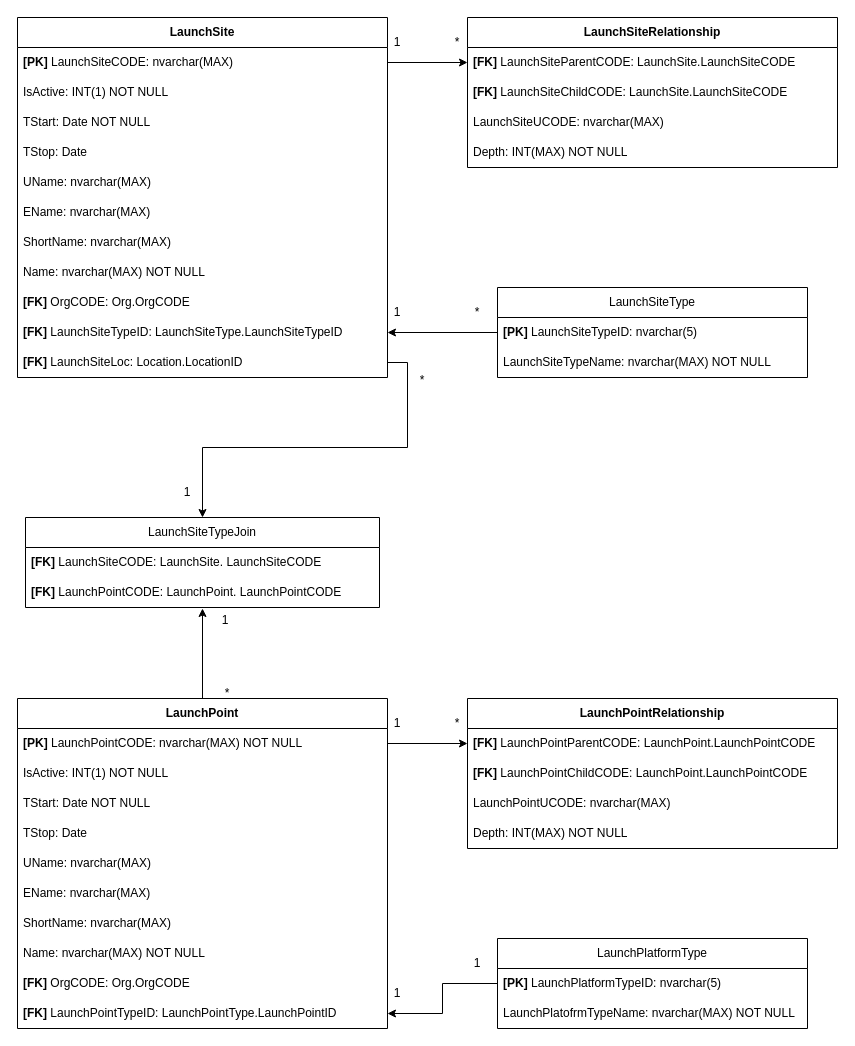
The draw.io diagram doc/GCAT.Launch.drawio in cosmicshuttle/GCAT.NET, before the edit. Source tidied: cells renumbered, new cells numbered last; positions are measured from the earlier drawing's top-left corner, leaving out a move shared by most shapes. Both pictures are drawn from the tidied source at 100%, with x=0, y=0 at pixel (17, 17).
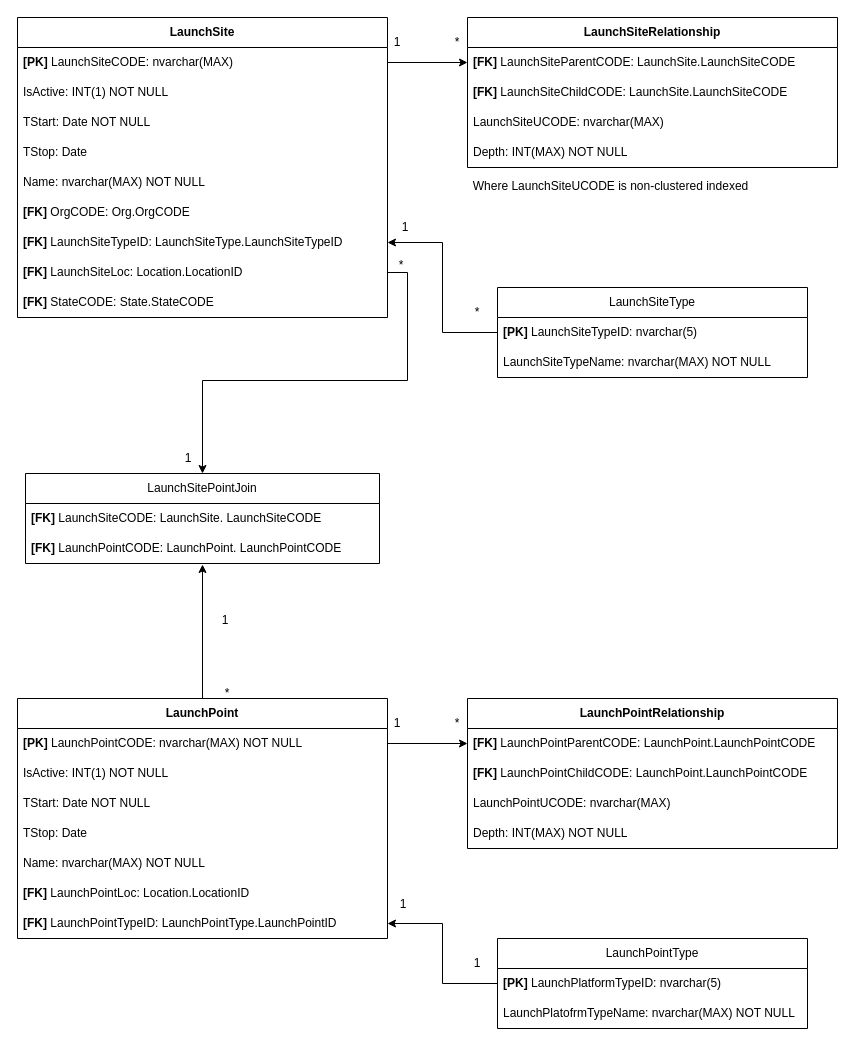
The same page after the edit.

What changed in the source:
```diff
@@
     <mxCell id="2" value="&lt;b&gt;LaunchSite&lt;/b&gt;" style="swimlane;fontStyle=0;horizontal=1;startSize=30;whiteSpace=wrap;html=1;" parent="1" vertex="1">
-      <mxGeometry width="370" height="360" as="geometry" />
+      <mxGeometry width="370" height="300" as="geometry" />
     </mxCell>
@@
-    <mxCell id="7" value="UName: nvarchar(MAX)" style="text;strokeColor=none;fillColor=none;align=left;verticalAlign=middle;spacingLeft=4;spacingRight=4;overflow=hidden;whiteSpace=wrap;html=1;" parent="2" vertex="1">
-      <mxGeometry y="150" width="370" height="30" as="geometry" />
-    </mxCell>
-    <mxCell id="8" value="EName: nvarchar(MAX)" style="text;strokeColor=none;fillColor=none;align=left;verticalAlign=middle;spacingLeft=4;spacingRight=4;overflow=hidden;whiteSpace=wrap;html=1;" parent="2" vertex="1">
-      <mxGeometry y="180" width="370" height="30" as="geometry" />
-    </mxCell>
-    <mxCell id="9" value="ShortName: nvarchar(MAX)" style="text;strokeColor=none;fillColor=none;align=left;verticalAlign=middle;spacingLeft=4;spacingRight=4;overflow=hidden;whiteSpace=wrap;html=1;" parent="2" vertex="1">
-      <mxGeometry y="210" width="370" height="30" as="geometry" />
-    </mxCell>
     <mxCell id="10" value="Name: nvarchar(MAX) NOT NULL" style="text;strokeColor=none;fillColor=none;align=left;verticalAlign=middle;spacingLeft=4;spacingRight=4;overflow=hidden;whiteSpace=wrap;html=1;" parent="2" vertex="1">
-      <mxGeometry y="240" width="370" height="30" as="geometry" />
+      <mxGeometry y="150" width="370" height="30" as="geometry" />
     </mxCell>
     <mxCell id="11" value="&lt;b&gt;[FK]&lt;/b&gt;&amp;nbsp;OrgCODE: Org.OrgCODE" style="text;strokeColor=none;fillColor=none;align=left;verticalAlign=middle;spacingLeft=4;spacingRight=4;overflow=hidden;whiteSpace=wrap;html=1;" parent="2" vertex="1">
-      <mxGeometry y="270" width="370" height="30" as="geometry" />
+      <mxGeometry y="180" width="370" height="30" as="geometry" />
     </mxCell>
     <mxCell id="12" value="&lt;b&gt;[FK] &lt;/b&gt;LaunchSiteTypeID: LaunchSiteType.LaunchSiteTypeID" style="text;strokeColor=none;fillColor=none;align=left;verticalAlign=middle;spacingLeft=4;spacingRight=4;overflow=hidden;points=[[0,0.5],[1,0.5]];portConstraint=eastwest;whiteSpace=wrap;html=1;" parent="2" vertex="1">
-      <mxGeometry y="300" width="370" height="30" as="geometry" />
+      <mxGeometry y="210" width="370" height="30" as="geometry" />
     </mxCell>
     <mxCell id="13" value="&lt;span style=&quot;font-weight: bold;&quot;&gt;[FK] &lt;/span&gt;LaunchSiteLoc: Location.LocationID" style="text;strokeColor=none;fillColor=none;align=left;verticalAlign=middle;spacingLeft=4;spacingRight=4;overflow=hidden;points=[[0,0.5],[1,0.5]];portConstraint=eastwest;whiteSpace=wrap;html=1;" parent="2" vertex="1">
-      <mxGeometry y="330" width="370" height="30" as="geometry" />
+      <mxGeometry y="240" width="370" height="30" as="geometry" />
     </mxCell>
+    <mxCell id="62" value="&lt;span style=&quot;font-weight: bold;&quot;&gt;[FK] &lt;/span&gt;StateCODE: State.StateCODE" style="text;strokeColor=none;fillColor=none;align=left;verticalAlign=middle;spacingLeft=4;spacingRight=4;overflow=hidden;whiteSpace=wrap;html=1;" parent="2" vertex="1">
+      <mxGeometry y="270" width="370" height="30" as="geometry" />
+    </mxCell>
     <mxCell id="14" value="&lt;b&gt;LaunchPoint&lt;/b&gt;" style="swimlane;fontStyle=0;horizontal=1;startSize=30;whiteSpace=wrap;html=1;" parent="1" vertex="1">
-      <mxGeometry y="681" width="370" height="330" as="geometry" />
+      <mxGeometry y="681" width="370" height="240" as="geometry" />
     </mxCell>
@@
-    <mxCell id="19" value="UName: nvarchar(MAX)" style="text;strokeColor=none;fillColor=none;align=left;verticalAlign=middle;spacingLeft=4;spacingRight=4;overflow=hidden;whiteSpace=wrap;html=1;" parent="14" vertex="1">
-      <mxGeometry y="150" width="370" height="30" as="geometry" />
-    </mxCell>
-    <mxCell id="20" value="EName: nvarchar(MAX)" style="text;strokeColor=none;fillColor=none;align=left;verticalAlign=middle;spacingLeft=4;spacingRight=4;overflow=hidden;whiteSpace=wrap;html=1;" parent="14" vertex="1">
-      <mxGeometry y="180" width="370" height="30" as="geometry" />
-    </mxCell>
-    <mxCell id="21" value="ShortName: nvarchar(MAX)" style="text;strokeColor=none;fillColor=none;align=left;verticalAlign=middle;spacingLeft=4;spacingRight=4;overflow=hidden;whiteSpace=wrap;html=1;" parent="14" vertex="1">
-      <mxGeometry y="210" width="370" height="30" as="geometry" />
-    </mxCell>
     <mxCell id="22" value="Name: nvarchar(MAX) NOT NULL" style="text;strokeColor=none;fillColor=none;align=left;verticalAlign=middle;spacingLeft=4;spacingRight=4;overflow=hidden;whiteSpace=wrap;html=1;" parent="14" vertex="1">
-      <mxGeometry y="240" width="370" height="30" as="geometry" />
+      <mxGeometry y="150" width="370" height="30" as="geometry" />
     </mxCell>
-    <mxCell id="23" value="&lt;b&gt;[FK]&lt;/b&gt;&amp;nbsp;OrgCODE: Org.OrgCODE" style="text;strokeColor=none;fillColor=none;align=left;verticalAlign=middle;spacingLeft=4;spacingRight=4;overflow=hidden;whiteSpace=wrap;html=1;" parent="14" vertex="1">
-      <mxGeometry y="270" width="370" height="30" as="geometry" />
-    </mxCell>
+    <mxCell id="63" value="&lt;span style=&quot;font-weight: bold;&quot;&gt;[FK] &lt;/span&gt;LaunchPointLoc: Location.LocationID" style="text;strokeColor=none;fillColor=none;align=left;verticalAlign=middle;spacingLeft=4;spacingRight=4;overflow=hidden;whiteSpace=wrap;html=1;" parent="14" vertex="1">
+      <mxGeometry y="180" width="370" height="30" as="geometry" />
+    </mxCell>
     <mxCell id="24" value="&lt;b&gt;[FK]&lt;/b&gt;&amp;nbsp;LaunchPointTypeID: LaunchPointType.LaunchPointID" style="text;strokeColor=none;fillColor=none;align=left;verticalAlign=middle;spacingLeft=4;spacingRight=4;overflow=hidden;points=[[0,0.5],[1,0.5]];portConstraint=eastwest;whiteSpace=wrap;html=1;" parent="14" vertex="1">
-      <mxGeometry y="300" width="370" height="30" as="geometry" />
+      <mxGeometry y="210" width="370" height="30" as="geometry" />
     </mxCell>
-    <mxCell id="25" value="LaunchPlatformType" style="swimlane;fontStyle=0;horizontal=1;startSize=30;whiteSpace=wrap;html=1;" parent="1" vertex="1">
+    <mxCell id="25" value="LaunchPointType" style="swimlane;fontStyle=0;horizontal=1;startSize=30;whiteSpace=wrap;html=1;" parent="1" vertex="1">
       <mxGeometry x="480" y="921" width="310" height="90" as="geometry" />
     </mxCell>
@@
     <mxCell id="45" value="1" style="text;html=1;whiteSpace=wrap;strokeColor=none;fillColor=none;align=center;verticalAlign=middle;rounded=0;" parent="1" vertex="1">
-      <mxGeometry x="350" y="280" width="60" height="30" as="geometry" />
+      <mxGeometry x="358" y="195" width="60" height="30" as="geometry" />
     </mxCell>
@@
     <mxCell id="49" value="1" style="text;html=1;whiteSpace=wrap;strokeColor=none;fillColor=none;align=center;verticalAlign=middle;rounded=0;" parent="1" vertex="1">
-      <mxGeometry x="350" y="961" width="60" height="30" as="geometry" />
+      <mxGeometry x="356" y="872" width="60" height="30" as="geometry" />
     </mxCell>
@@
-    <mxCell id="51" value="LaunchSiteTypeJoin" style="swimlane;fontStyle=0;horizontal=1;startSize=30;whiteSpace=wrap;html=1;" parent="1" vertex="1">
-      <mxGeometry x="8" y="500" width="354" height="90" as="geometry" />
+    <mxCell id="51" value="LaunchSitePointJoin" style="swimlane;fontStyle=0;horizontal=1;startSize=30;whiteSpace=wrap;html=1;" parent="1" vertex="1">
+      <mxGeometry x="8" y="456" width="354" height="90" as="geometry" />
     </mxCell>
@@
     <mxCell id="56" value="*" style="text;html=1;whiteSpace=wrap;strokeColor=none;fillColor=none;align=center;verticalAlign=middle;rounded=0;" parent="1" vertex="1">
-      <mxGeometry x="375" y="348" width="60" height="30" as="geometry" />
+      <mxGeometry x="354" y="233" width="60" height="30" as="geometry" />
     </mxCell>
     <mxCell id="57" value="1" style="text;html=1;whiteSpace=wrap;strokeColor=none;fillColor=none;align=center;verticalAlign=middle;rounded=0;" parent="1" vertex="1">
-      <mxGeometry x="140" y="460" width="60" height="30" as="geometry" />
+      <mxGeometry x="141" y="426" width="60" height="30" as="geometry" />
     </mxCell>
@@
+    <mxCell id="64" value="Where LaunchSiteUCODE is non-clustered indexed" style="text;html=1;whiteSpace=wrap;strokeColor=none;fillColor=none;align=center;verticalAlign=middle;rounded=0;imageAlign=left;" parent="1" vertex="1">
+      <mxGeometry x="450" y="154" width="287" height="30" as="geometry" />
+    </mxCell>
```
